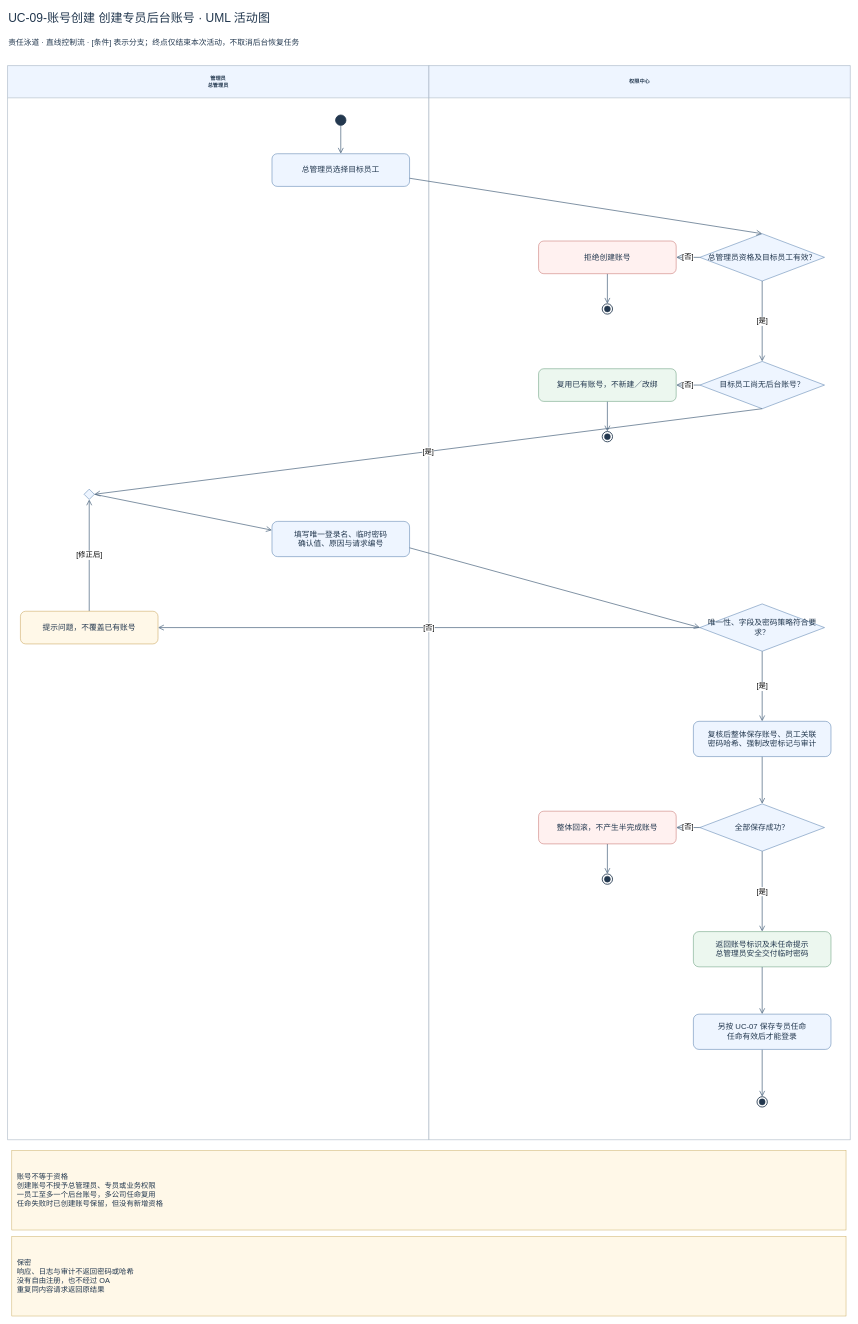
Above: page "UC-09-账号创建 创建权限管理员后台账号" (2 of 5) of docs/activities-v1/UC-09_管理员登录与退出_活动图.drawio in Noah-hope/RBAC-admin (draw.io), before the change. Source tidied: cells renumbered, new cells numbered last; positions are measured from the earlier drawing's top-left corner, leaving out a move shared by most shapes. Both pictures are drawn from the tidied source at 43%, with x=0, y=0 at pixel (7, 7).
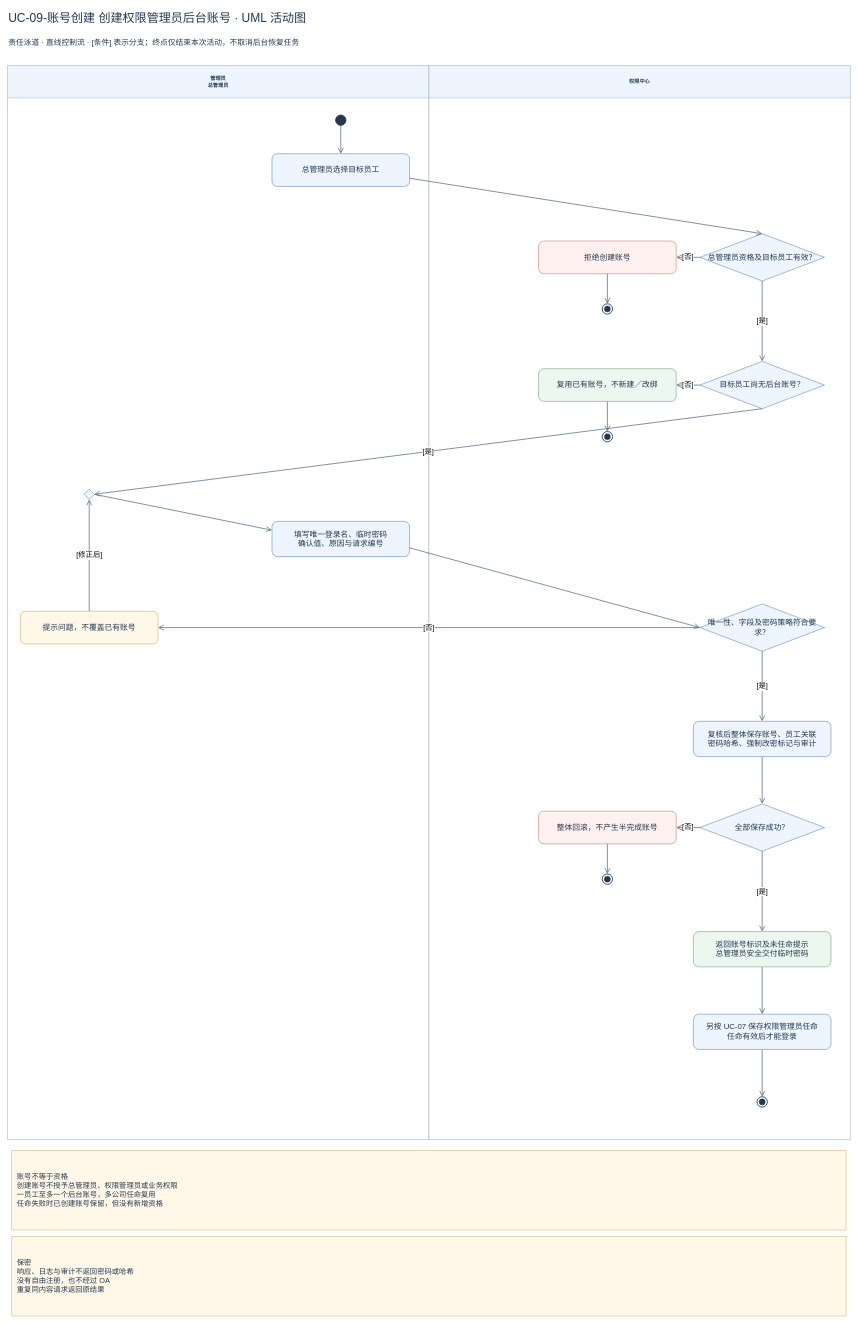
Above is the later version.

The change refers to these unchanged cells:
```xml
<mxCell id="5" value="权限中心" style="html=1;whiteSpace=wrap;fontFamily=Microsoft YaHei;fontSize=18;fontColor=#23384f;align=center;verticalAlign=middle;swimlane;horizontal=1;startSize=75;fillColor=#eef5ff;swimlaneFillColor=#ffffff;strokeColor=#8a9caf;" parent="1" vertex="1">
  <mxGeometry x="980" y="135" width="980" height="2498" as="geometry" />
</mxCell>
```

Diff of the diagram source:
```diff
@@
-    <mxCell id="2" value="UC-09-账号创建 创建专员后台账号 · UML 活动图" style="html=1;whiteSpace=wrap;fontFamily=Microsoft YaHei;fontSize=18;fontColor=#23384f;align=center;verticalAlign=middle;text;strokeColor=none;fillColor=none;fontSize=28;align=left;" parent="1" vertex="1">
+    <mxCell id="2" value="UC-09-账号创建 创建权限管理员后台账号 · UML 活动图" style="html=1;whiteSpace=wrap;fontFamily=Microsoft YaHei;fontSize=18;fontColor=#23384f;align=center;verticalAlign=middle;text;strokeColor=none;fillColor=none;fontSize=28;align=left;" parent="1" vertex="1">
       <mxGeometry width="1960" height="60" as="geometry" />
     </mxCell>
@@
-    <mxCell id="45" value="另按 UC-07 保存专员任命&lt;br&gt;任命有效后才能登录" style="html=1;whiteSpace=wrap;fontFamily=Microsoft YaHei;fontSize=18;fontColor=#23384f;align=center;verticalAlign=middle;rounded=1;arcSize=16;fillColor=#eef5ff;strokeColor=#32649a;spacing=8;" parent="5" vertex="1">
+    <mxCell id="45" value="另按 UC-07 保存权限管理员任命&lt;br&gt;任命有效后才能登录" style="html=1;whiteSpace=wrap;fontFamily=Microsoft YaHei;fontSize=18;fontColor=#23384f;align=center;verticalAlign=middle;rounded=1;arcSize=16;fillColor=#eef5ff;strokeColor=#32649a;spacing=8;" parent="5" vertex="1">
       <mxGeometry x="615" y="2206" width="320" height="82" as="geometry" />
     </mxCell>
@@
-    <mxCell id="48" value="账号不等于资格&lt;br&gt;创建账号不授予总管理员、专员或业务权限&lt;br&gt;一员工至多一个后台账号，多公司任命复用&lt;br&gt;任命失败时已创建账号保留，但没有新增资格" style="html=1;whiteSpace=wrap;fontFamily=Microsoft YaHei;fontSize=18;fontColor=#23384f;align=center;verticalAlign=middle;rounded=0;fillColor=#fff8e8;strokeColor=#c4a34f;align=left;spacing=12;fontSize=17;" parent="1" vertex="1">
+    <mxCell id="48" value="账号不等于资格&lt;br&gt;创建账号不授予总管理员、权限管理员或业务权限&lt;br&gt;一员工至多一个后台账号，多公司任命复用&lt;br&gt;任命失败时已创建账号保留，但没有新增资格" style="html=1;whiteSpace=wrap;fontFamily=Microsoft YaHei;fontSize=18;fontColor=#23384f;align=center;verticalAlign=middle;rounded=0;fillColor=#fff8e8;strokeColor=#c4a34f;align=left;spacing=12;fontSize=17;" parent="1" vertex="1">
       <mxGeometry x="10" y="2658" width="1940" height="185" as="geometry" />
     </mxCell>
```
